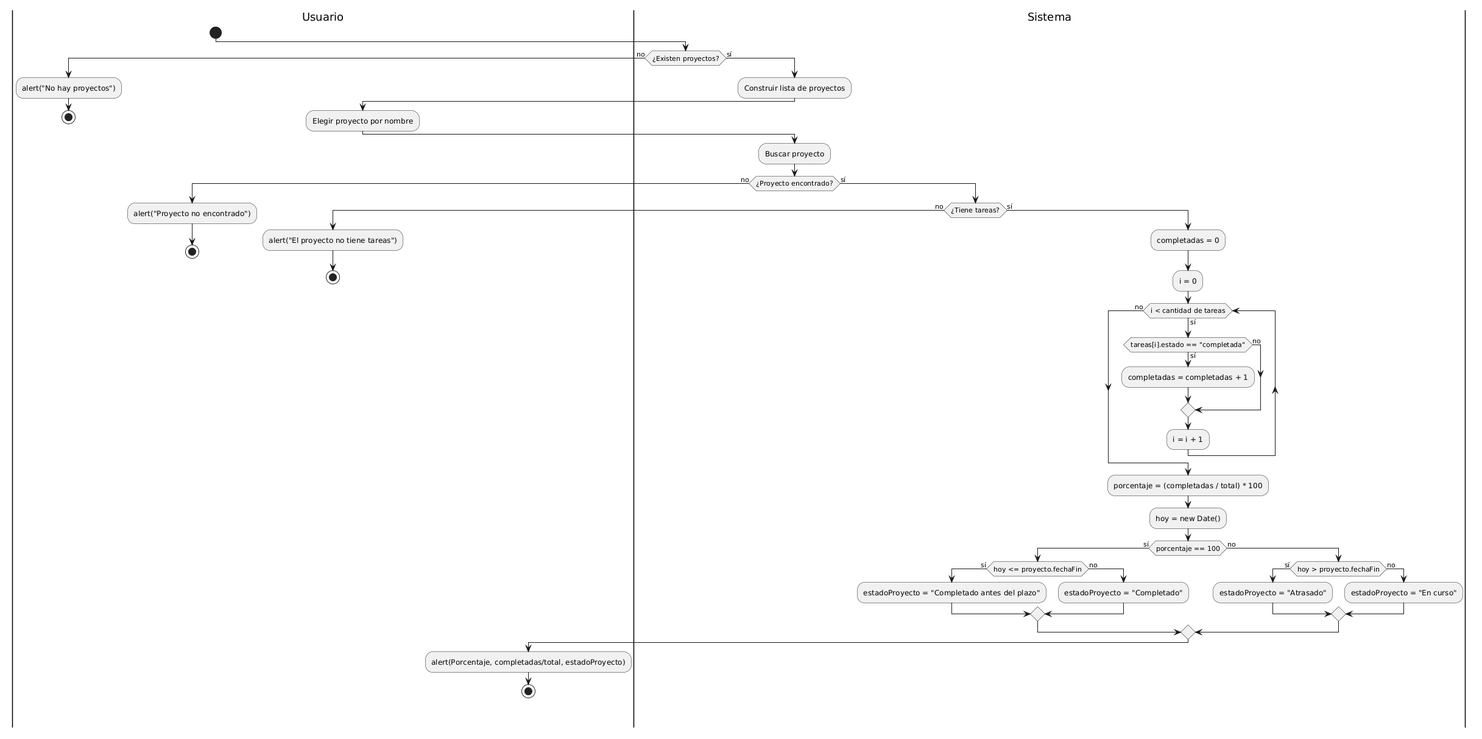
Before: docs/05-diagramas/01-diagrama-de-actividades/actividad-flujo-3-calcular-avance.png, a diagram exported from PlantUML (martindebenedetti/Planix). Source of this version:
```plantuml
@startuml
|Usuario|
start
|Sistema|
if (¿Existen proyectos?) then (no)
  |Usuario|
  :alert("No hay proyectos");
  stop
else (sí)
  |Sistema|
  :Construir lista de proyectos;
  |Usuario|
  :Elegir proyecto por nombre;
  |Sistema|
  :Buscar proyecto;
  if (¿Proyecto encontrado?) then (no)
    |Usuario|
    :alert("Proyecto no encontrado");
    stop
  else (sí)
    |Sistema|
    if (¿Tiene tareas?) then (no)
      |Usuario|
      :alert("El proyecto no tiene tareas");
      stop
    else (sí)
      |Sistema|
      :completadas = 0;
      :i = 0;
      while (i < cantidad de tareas) is (sí)
        if (tareas[i].estado == "completada") then (sí)
          :completadas = completadas + 1;
        else (no)
        endif
        :i = i + 1;
      endwhile (no)
      :porcentaje = (completadas / total) * 100;
      :hoy = new Date();
      if (porcentaje == 100) then (sí)
        if (hoy <= proyecto.fechaFin) then (sí)
          :estadoProyecto = "Completado antes del plazo";
        else (no)
          :estadoProyecto = "Completado";
        endif
      else (no)
        if (hoy > proyecto.fechaFin) then (sí)
          :estadoProyecto = "Atrasado";
        else (no)
          :estadoProyecto = "En curso";
        endif
      endif
      |Usuario|
      :alert(Porcentaje, completadas/total, estadoProyecto);
      stop
    endif
  endif
endif
@enduml
```
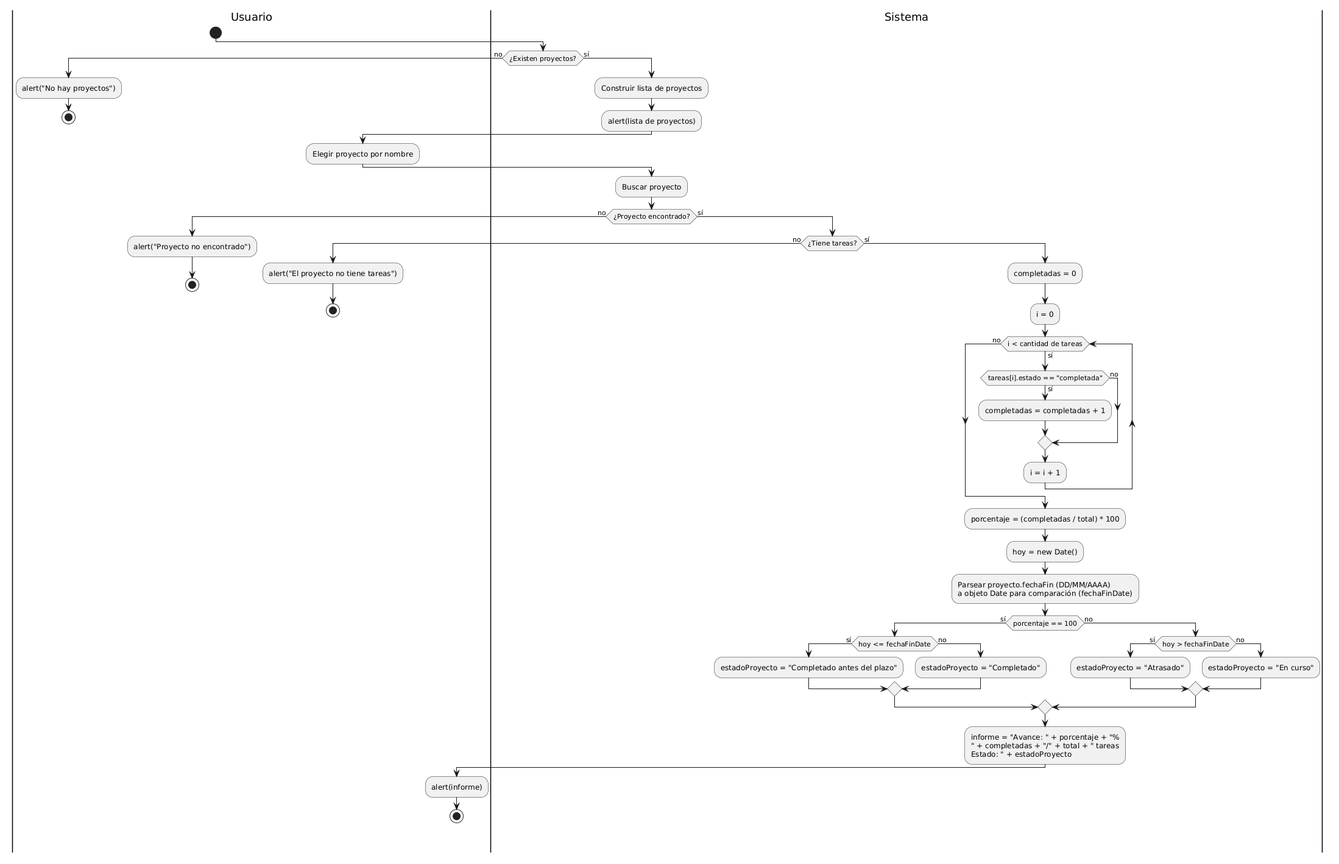
Above is the later version.

Diff of the diagram source:
```diff
@@ -9,6 +9,7 @@
 else (sí)
   |Sistema|
   :Construir lista de proyectos;
+  :alert(lista de proyectos);
   |Usuario|
   :Elegir proyecto por nombre;
   |Sistema|
@@ -36,21 +37,23 @@
       endwhile (no)
       :porcentaje = (completadas / total) * 100;
       :hoy = new Date();
+      :Parsear proyecto.fechaFin (DD/MM/AAAA)\na objeto Date para comparación (fechaFinDate);
       if (porcentaje == 100) then (sí)
-        if (hoy <= proyecto.fechaFin) then (sí)
+        if (hoy <= fechaFinDate) then (sí)
           :estadoProyecto = "Completado antes del plazo";
         else (no)
           :estadoProyecto = "Completado";
         endif
       else (no)
-        if (hoy > proyecto.fechaFin) then (sí)
+        if (hoy > fechaFinDate) then (sí)
           :estadoProyecto = "Atrasado";
         else (no)
           :estadoProyecto = "En curso";
         endif
       endif
+      :informe = "Avance: " + porcentaje + "%\n" + completadas + "/" + total + " tareas\nEstado: " + estadoProyecto;
       |Usuario|
-      :alert(Porcentaje, completadas/total, estadoProyecto);
+      :alert(informe);
       stop
     endif
   endif
```
